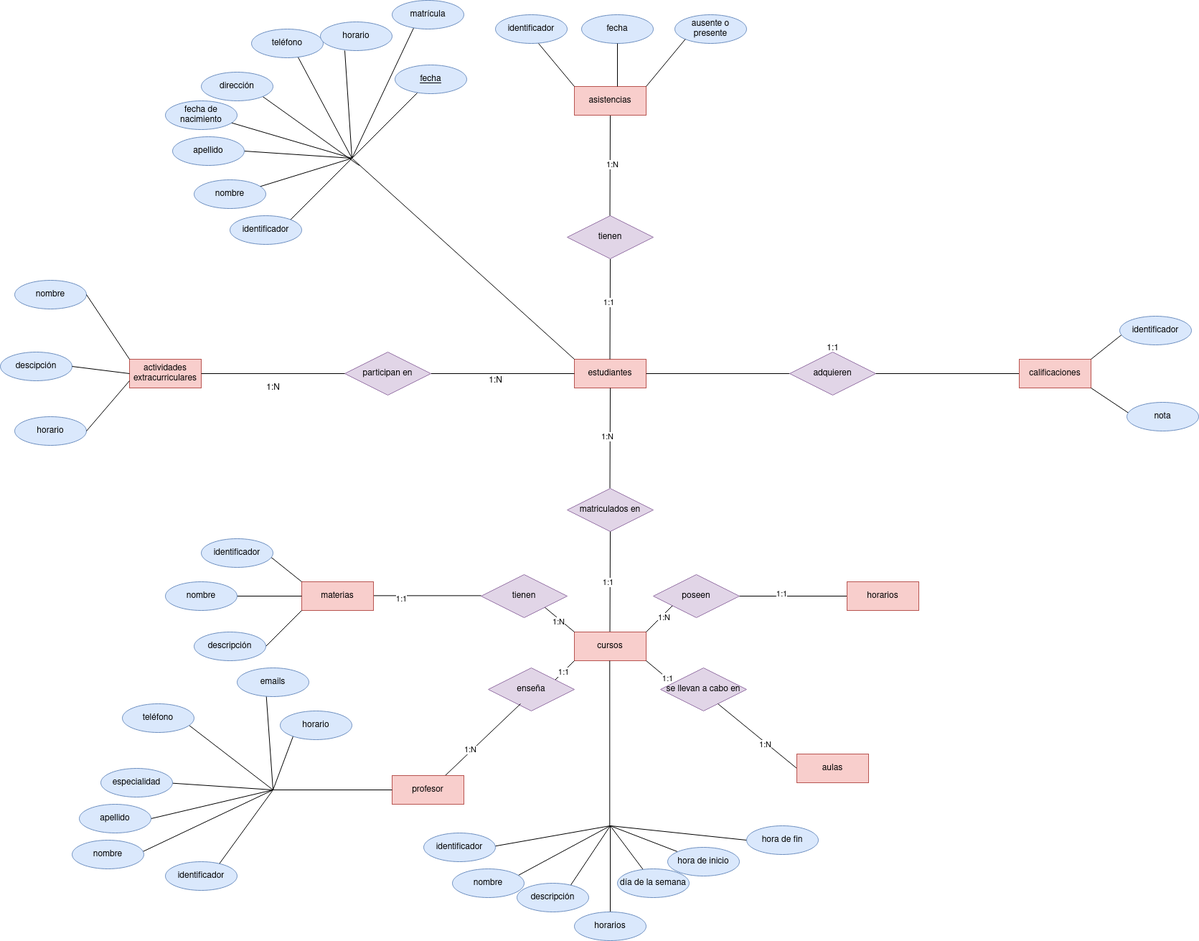
The draw.io diagram unidad-1/Tarea/Tarea 6/Diagrama 8 tarea.drawio.png in MaykelCM/base-datos, before a commit. Source tidied: cells renumbered, new cells last; positions are measured from the earlier drawing's top-left corner, leaving out a move shared by most shapes.
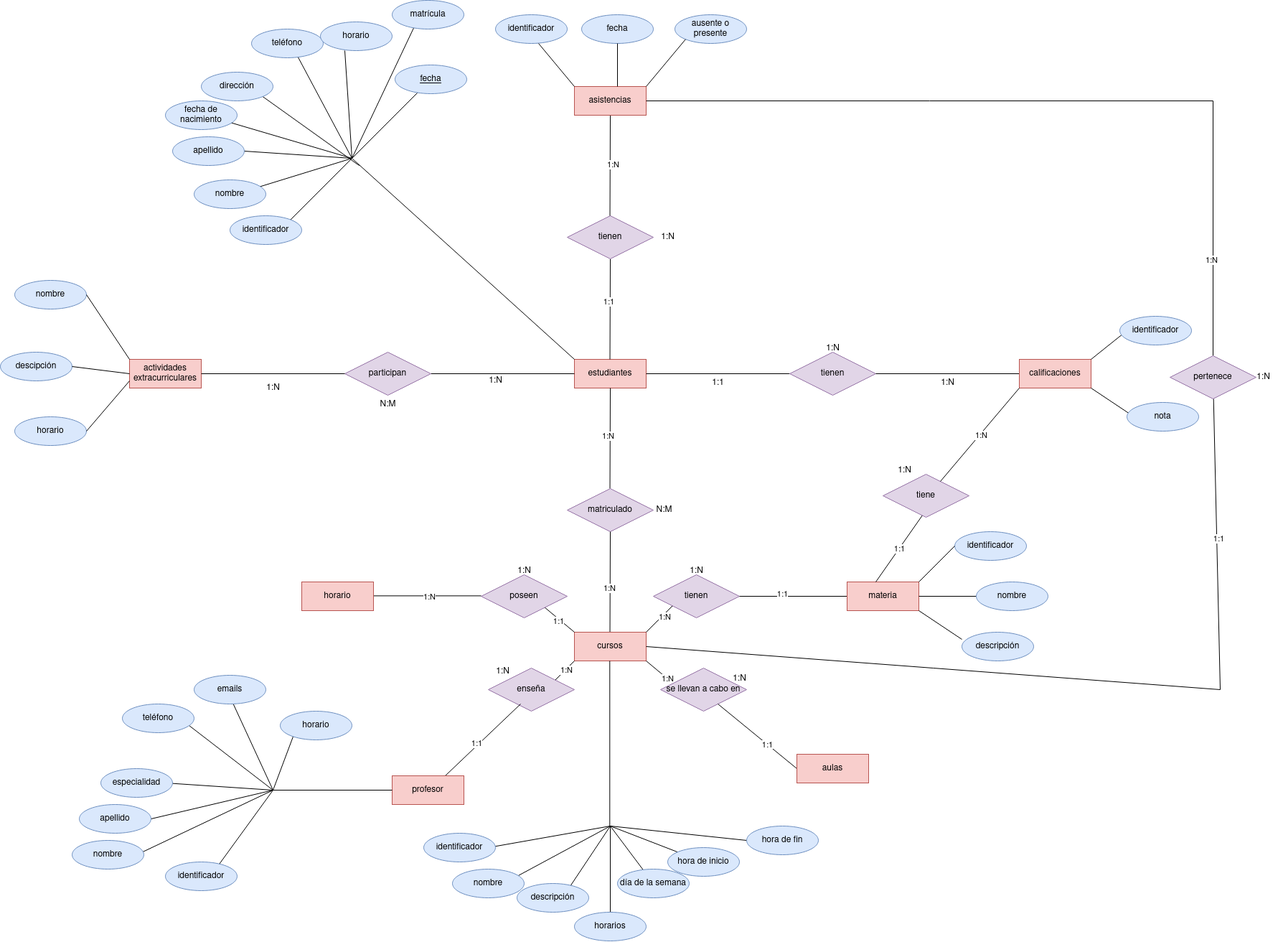
Above is the later version.

The edit, as a diff of the source:
```diff
@@ -26,7 +26,7 @@
     <mxCell id="9" style="line;strokeWidth=1;dashed=0;labelPosition=right;align=left;verticalAlign=middle;spacingTop=0;spacingLeft=6;" parent="1" vertex="1">
       <mxGeometry x="900" y="515" width="200" height="10" as="geometry" />
     </mxCell>
-    <mxCell id="10" value="adquieren" style="shape=rhombus;perimeter=rhombusPerimeter;whiteSpace=wrap;html=1;align=center;fillColor=#e1d5e7;strokeColor=#9673a6;" parent="1" vertex="1">
+    <mxCell id="10" value="tienen" style="shape=rhombus;perimeter=rhombusPerimeter;whiteSpace=wrap;html=1;align=center;fillColor=#e1d5e7;strokeColor=#9673a6;" parent="1" vertex="1">
       <mxGeometry x="1100" y="490" width="120" height="60" as="geometry" />
     </mxCell>
     <mxCell id="11" style="line;strokeWidth=1;dashed=0;labelPosition=right;align=left;verticalAlign=middle;spacingTop=0;spacingLeft=6;" parent="1" vertex="1">
@@ -74,7 +74,7 @@
         <mxPoint y="-1" as="offset" />
       </mxGeometry>
     </mxCell>
-    <mxCell id="21" value="matriculados en" style="shape=rhombus;perimeter=rhombusPerimeter;whiteSpace=wrap;html=1;align=center;fillColor=#e1d5e7;strokeColor=#9673a6;" parent="1" vertex="1">
+    <mxCell id="21" value="matriculado " style="shape=rhombus;perimeter=rhombusPerimeter;whiteSpace=wrap;html=1;align=center;fillColor=#e1d5e7;strokeColor=#9673a6;" parent="1" vertex="1">
       <mxGeometry x="790" y="680" width="120" height="60" as="geometry" />
     </mxCell>
     <mxCell id="22" style="endArrow=none;html=1;rounded=0;" parent="1" edge="1">
@@ -83,18 +83,16 @@
         <mxPoint x="850" y="740" as="targetPoint" />
       </mxGeometry>
     </mxCell>
-    <mxCell id="23" value="1:1" style="edgeLabel;html=1;align=center;verticalAlign=middle;" parent="22" vertex="1">
-      <mxGeometry x="-0.01" y="3" relative="1" as="geometry">
-        <mxPoint y="-1" as="offset" />
-      </mxGeometry>
-    </mxCell>
+    <mxCell id="120" value="1:N" style="edgeLabel;html=1;align=center;verticalAlign=middle;" parent="22" vertex="1">
+      <mxGeometry x="-0.11" y="2" relative="1" as="geometry" />
+    </mxCell>
     <mxCell id="24" value="cursos" style="whiteSpace=wrap;html=1;align=center;fillColor=#f8cecc;strokeColor=#b85450;" parent="1" vertex="1">
       <mxGeometry x="800" y="880" width="100" height="40" as="geometry" />
     </mxCell>
     <mxCell id="25" style="line;strokeWidth=1;dashed=0;labelPosition=right;align=left;verticalAlign=middle;spacingTop=0;spacingLeft=6;" parent="1" vertex="1">
       <mxGeometry x="600" y="515" width="200" height="10" as="geometry" />
     </mxCell>
-    <mxCell id="26" value="participan en " style="shape=rhombus;perimeter=rhombusPerimeter;whiteSpace=wrap;html=1;align=center;fillColor=#e1d5e7;strokeColor=#9673a6;" parent="1" vertex="1">
+    <mxCell id="26" value="participan " style="shape=rhombus;perimeter=rhombusPerimeter;whiteSpace=wrap;html=1;align=center;fillColor=#e1d5e7;strokeColor=#9673a6;" parent="1" vertex="1">
       <mxGeometry x="480" y="490" width="120" height="60" as="geometry" />
     </mxCell>
     <mxCell id="27" value="actividades extracurriculares" style="whiteSpace=wrap;html=1;align=center;fillColor=#f8cecc;strokeColor=#b85450;" parent="1" vertex="1">
@@ -120,10 +118,10 @@
         <mxPoint x="740" y="830" as="targetPoint" />
       </mxGeometry>
     </mxCell>
-    <mxCell id="32" value="1:N" style="edgeLabel;html=1;align=center;verticalAlign=middle;" parent="31" vertex="1">
+    <mxCell id="32" value="1:1" style="edgeLabel;html=1;align=center;verticalAlign=middle;" parent="31" vertex="1">
       <mxGeometry x="-0.3" y="3" relative="1" as="geometry" />
     </mxCell>
-    <mxCell id="33" value="1:1" style="endArrow=none;html=1;rounded=0;" parent="1" edge="1">
+    <mxCell id="33" value="1:N" style="endArrow=none;html=1;rounded=0;" parent="1" edge="1">
       <mxGeometry relative="1" as="geometry">
         <mxPoint x="960" y="970" as="sourcePoint" />
         <mxPoint x="900" y="920" as="targetPoint" />
@@ -135,15 +133,13 @@
         <mxPoint x="800" y="920" as="targetPoint" />
       </mxGeometry>
     </mxCell>
-    <mxCell id="35" value="1:1" style="edgeLabel;html=1;align=center;verticalAlign=middle;" parent="34" vertex="1">
-      <mxGeometry x="0.39" y="1" relative="1" as="geometry">
-        <mxPoint x="1" as="offset" />
-      </mxGeometry>
-    </mxCell>
+    <mxCell id="121" value="1:N" style="edgeLabel;html=1;align=center;verticalAlign=middle;" parent="34" vertex="1">
+      <mxGeometry x="0.54" relative="1" as="geometry" />
+    </mxCell>
-    <mxCell id="36" value="tienen" style="shape=rhombus;perimeter=rhombusPerimeter;whiteSpace=wrap;html=1;align=center;fillColor=#e1d5e7;strokeColor=#9673a6;" parent="1" vertex="1">
+    <mxCell id="36" value="poseen" style="shape=rhombus;perimeter=rhombusPerimeter;whiteSpace=wrap;html=1;align=center;fillColor=#e1d5e7;strokeColor=#9673a6;" parent="1" vertex="1">
       <mxGeometry x="670" y="800" width="120" height="60" as="geometry" />
     </mxCell>
-    <mxCell id="37" value="poseen" style="shape=rhombus;perimeter=rhombusPerimeter;whiteSpace=wrap;html=1;align=center;fillColor=#e1d5e7;strokeColor=#9673a6;" parent="1" vertex="1">
+    <mxCell id="37" value="tienen" style="shape=rhombus;perimeter=rhombusPerimeter;whiteSpace=wrap;html=1;align=center;fillColor=#e1d5e7;strokeColor=#9673a6;" parent="1" vertex="1">
       <mxGeometry x="910" y="800" width="120" height="60" as="geometry" />
     </mxCell>
     <mxCell id="38" value="enseña" style="shape=rhombus;perimeter=rhombusPerimeter;whiteSpace=wrap;html=1;align=center;fillColor=#e1d5e7;strokeColor=#9673a6;" parent="1" vertex="1">
@@ -158,9 +154,9 @@
         <mxPoint x="725" y="980" as="targetPoint" />
       </mxGeometry>
     </mxCell>
-    <mxCell id="41" value="1:N" style="edgeLabel;html=1;align=center;verticalAlign=middle;" parent="40" vertex="1">
-      <mxGeometry x="-0.31" y="3" relative="1" as="geometry" />
-    </mxCell>
+    <mxCell id="122" value="1:1" style="edgeLabel;html=1;align=center;verticalAlign=middle;" parent="40" vertex="1">
+      <mxGeometry x="-0.12" y="3" relative="1" as="geometry" />
+    </mxCell>
     <mxCell id="42" value="profesor" style="whiteSpace=wrap;html=1;align=center;fillColor=#f8cecc;strokeColor=#b85450;" parent="1" vertex="1">
       <mxGeometry x="546" y="1080" width="100" height="40" as="geometry" />
     </mxCell>
@@ -170,9 +166,9 @@
         <mxPoint x="1000" y="980" as="targetPoint" />
       </mxGeometry>
     </mxCell>
-    <mxCell id="44" value="1:N" style="edgeLabel;html=1;align=center;verticalAlign=middle;" parent="43" vertex="1">
-      <mxGeometry x="-0.22" y="2" relative="1" as="geometry" />
-    </mxCell>
+    <mxCell id="123" value="1:1" style="edgeLabel;html=1;align=center;verticalAlign=middle;" parent="43" vertex="1">
+      <mxGeometry x="-0.25" relative="1" as="geometry" />
+    </mxCell>
     <mxCell id="45" value="aulas" style="whiteSpace=wrap;html=1;align=center;fillColor=#f8cecc;strokeColor=#b85450;" parent="1" vertex="1">
       <mxGeometry x="1110" y="1050" width="100" height="40" as="geometry" />
     </mxCell>
@@ -191,13 +187,13 @@
         <mxPoint x="520" y="829.4" as="targetPoint" />
       </mxGeometry>
     </mxCell>
-    <mxCell id="49" value="1:1" style="edgeLabel;html=1;align=center;verticalAlign=middle;" parent="48" vertex="1">
-      <mxGeometry x="0.49" y="4" relative="1" as="geometry" />
-    </mxCell>
+    <mxCell id="124" value="1:N" style="edgeLabel;html=1;align=center;verticalAlign=middle;" parent="48" vertex="1">
+      <mxGeometry x="-0.04" y="1" relative="1" as="geometry" />
+    </mxCell>
-    <mxCell id="50" value="horarios" style="whiteSpace=wrap;html=1;align=center;fillColor=#f8cecc;strokeColor=#b85450;" parent="1" vertex="1">
+    <mxCell id="50" value="materia" style="whiteSpace=wrap;html=1;align=center;fillColor=#f8cecc;strokeColor=#b85450;" parent="1" vertex="1">
       <mxGeometry x="1180" y="810" width="100" height="40" as="geometry" />
     </mxCell>
-    <mxCell id="51" value="materias" style="whiteSpace=wrap;html=1;align=center;fillColor=#f8cecc;strokeColor=#b85450;" parent="1" vertex="1">
+    <mxCell id="51" value="horario" style="whiteSpace=wrap;html=1;align=center;fillColor=#f8cecc;strokeColor=#b85450;" parent="1" vertex="1">
       <mxGeometry x="420" y="810" width="100" height="40" as="geometry" />
     </mxCell>
     <mxCell id="52" style="endArrow=none;html=1;rounded=0;entryX=0;entryY=0;entryDx=0;entryDy=0;" parent="1" edge="1" target="27">
@@ -245,32 +241,17 @@
     <mxCell id="61" value="nota" style="ellipse;whiteSpace=wrap;html=1;align=center;fillColor=#dae8fc;strokeColor=#6c8ebf;" parent="1" vertex="1">
       <mxGeometry x="1570" y="560" width="100" height="40" as="geometry" />
     </mxCell>
-    <mxCell id="62" style="endArrow=none;html=1;rounded=0;" parent="1" edge="1">
-      <mxGeometry relative="1" as="geometry">
-        <mxPoint x="370" y="770" as="sourcePoint" />
-        <mxPoint x="420" y="810" as="targetPoint" />
-      </mxGeometry>
-    </mxCell>
-    <mxCell id="63" style="endArrow=none;html=1;rounded=0;" parent="1" edge="1">
-      <mxGeometry relative="1" as="geometry">
-        <mxPoint x="330" y="830" as="sourcePoint" />
-        <mxPoint x="420" y="830" as="targetPoint" />
-      </mxGeometry>
-    </mxCell>
-    <mxCell id="64" style="endArrow=none;html=1;rounded=0;" parent="1" edge="1">
-      <mxGeometry relative="1" as="geometry">
-        <mxPoint x="370" y="900" as="sourcePoint" />
-        <mxPoint x="420" y="850" as="targetPoint" />
-      </mxGeometry>
-    </mxCell>
     <mxCell id="65" value="identificador" style="ellipse;whiteSpace=wrap;html=1;align=center;fillColor=#dae8fc;strokeColor=#6c8ebf;" parent="1" vertex="1">
-      <mxGeometry x="280" y="750" width="100" height="40" as="geometry" />
+      <mxGeometry x="1330" y="740" width="100" height="40" as="geometry" />
     </mxCell>
+    <mxCell id="125" style="edgeStyle=orthogonalEdgeStyle;rounded=0;jettySize=auto;html=1;endArrow=none;endFill=0;" parent="1" edge="1" source="66" target="50">
+      <mxGeometry relative="1" as="geometry" />
+    </mxCell>
     <mxCell id="66" value="nombre" style="ellipse;whiteSpace=wrap;html=1;align=center;fillColor=#dae8fc;strokeColor=#6c8ebf;" parent="1" vertex="1">
-      <mxGeometry x="230" y="810" width="100" height="40" as="geometry" />
+      <mxGeometry x="1360" y="810" width="100" height="40" as="geometry" />
     </mxCell>
     <mxCell id="67" value="descripción" style="ellipse;whiteSpace=wrap;html=1;align=center;fillColor=#dae8fc;strokeColor=#6c8ebf;" parent="1" vertex="1">
-      <mxGeometry x="270" y="880" width="100" height="40" as="geometry" />
+      <mxGeometry x="1340" y="880" width="100" height="40" as="geometry" />
     </mxCell>
     <mxCell id="68" style="endArrow=none;html=1;rounded=0;" parent="1" edge="1">
       <mxGeometry relative="1" as="geometry">
@@ -470,7 +451,7 @@
     <mxCell id="109" style="endArrow=none;html=1;rounded=0;" parent="1" edge="1">
       <mxGeometry relative="1" as="geometry">
         <mxPoint x="380" y="1100" as="sourcePoint" />
-        <mxPoint x="370" y="960" as="targetPoint" />
+        <mxPoint x="320" y="970" as="targetPoint" />
       </mxGeometry>
     </mxCell>
     <mxCell id="110" value="identificador" style="ellipse;whiteSpace=wrap;html=1;align=center;fillColor=#dae8fc;strokeColor=#6c8ebf;" parent="1" vertex="1">
@@ -489,12 +470,12 @@
       <mxGeometry x="170" y="980" width="100" height="40" as="geometry" />
     </mxCell>
     <mxCell id="115" value="emails" style="ellipse;whiteSpace=wrap;html=1;align=center;fillColor=#dae8fc;strokeColor=#6c8ebf;" parent="1" vertex="1">
-      <mxGeometry x="330" y="930" width="100" height="40" as="geometry" />
+      <mxGeometry x="270" y="940" width="100" height="40" as="geometry" />
     </mxCell>
     <mxCell id="116" value="horario" style="ellipse;whiteSpace=wrap;html=1;align=center;fillColor=#dae8fc;strokeColor=#6c8ebf;" parent="1" vertex="1">
       <mxGeometry x="390" y="990" width="100" height="40" as="geometry" />
     </mxCell>
-    <mxCell id="117" value="1:1" style="text;html=1;align=center;verticalAlign=middle;strokeColor=none;fillColor=none;" parent="1" vertex="1">
+    <mxCell id="117" value="1:N" style="text;html=1;align=center;verticalAlign=middle;strokeColor=none;fillColor=none;" parent="1" vertex="1">
       <mxGeometry x="1140" y="470" width="40" height="30" as="geometry" />
     </mxCell>
     <mxCell id="118" value="1:N" style="text;html=1;align=center;verticalAlign=middle;strokeColor=none;fillColor=none;" parent="1" vertex="1">
@@ -503,5 +484,99 @@
     <mxCell id="119" value="1:N" style="text;html=1;align=center;verticalAlign=middle;strokeColor=none;fillColor=none;" parent="1" vertex="1">
       <mxGeometry x="360" y="525" width="40" height="30" as="geometry" />
     </mxCell>
+    <mxCell id="126" value="N:M" style="text;html=1;align=center;verticalAlign=middle;strokeColor=none;fillColor=none;" parent="1" vertex="1">
+      <mxGeometry x="900" y="695" width="50" height="30" as="geometry" />
+    </mxCell>
+    <mxCell id="127" value="N:M" style="text;html=1;align=center;verticalAlign=middle;strokeColor=none;fillColor=none;" parent="1" vertex="1">
+      <mxGeometry x="515" y="548" width="50" height="30" as="geometry" />
+    </mxCell>
+    <mxCell id="128" value="1:N" style="text;html=1;align=center;verticalAlign=middle;strokeColor=none;fillColor=none;" parent="1" vertex="1">
+      <mxGeometry x="950" y="780" width="40" height="30" as="geometry" />
+    </mxCell>
+    <mxCell id="129" value="1:1" style="text;html=1;align=center;verticalAlign=middle;strokeColor=none;fillColor=none;" parent="1" vertex="1">
+      <mxGeometry x="980" y="518" width="40" height="30" as="geometry" />
+    </mxCell>
+    <mxCell id="130" value="1:N" style="text;html=1;align=center;verticalAlign=middle;strokeColor=none;fillColor=none;" parent="1" vertex="1">
+      <mxGeometry x="1300" y="518" width="40" height="30" as="geometry" />
+    </mxCell>
+    <mxCell id="131" style="endArrow=none;html=1;rounded=0;" parent="1" edge="1">
+      <mxGeometry relative="1" as="geometry">
+        <mxPoint x="1280" y="810" as="sourcePoint" />
+        <mxPoint x="1330" y="760" as="targetPoint" />
+      </mxGeometry>
+    </mxCell>
+    <mxCell id="132" style="endArrow=none;html=1;rounded=0;exitX=0;exitY=0.25;exitDx=0;exitDy=0;exitPerimeter=0;" parent="1" edge="1" source="67">
+      <mxGeometry relative="1" as="geometry">
+        <mxPoint x="1280" y="850" as="targetPoint" />
+      </mxGeometry>
+    </mxCell>
+    <mxCell id="133" style="endArrow=none;html=1;rounded=0;" parent="1" edge="1">
+      <mxGeometry relative="1" as="geometry">
+        <mxPoint x="1220" y="810" as="sourcePoint" />
+        <mxPoint x="1290" y="710" as="targetPoint" />
+      </mxGeometry>
+    </mxCell>
+    <mxCell id="134" value="1:1" style="edgeLabel;html=1;align=center;verticalAlign=middle;" parent="133" vertex="1">
+      <mxGeometry x="-0.07" relative="1" as="geometry" />
+    </mxCell>
+    <mxCell id="135" value="tiene" style="shape=rhombus;perimeter=rhombusPerimeter;whiteSpace=wrap;html=1;align=center;fillColor=#e1d5e7;strokeColor=#9673a6;" parent="1" vertex="1">
+      <mxGeometry x="1230" y="660" width="120" height="60" as="geometry" />
+    </mxCell>
+    <mxCell id="136" style="endArrow=none;html=1;rounded=0;entryX=0;entryY=1;entryDx=0;entryDy=0;" parent="1" edge="1" target="12">
+      <mxGeometry relative="1" as="geometry">
+        <mxPoint x="1310" y="670" as="sourcePoint" />
+      </mxGeometry>
+    </mxCell>
+    <mxCell id="137" value="1:N" style="edgeLabel;html=1;align=center;verticalAlign=middle;" parent="136" vertex="1">
+      <mxGeometry x="0.01" y="-1" relative="1" as="geometry" />
+    </mxCell>
+    <mxCell id="138" value="1:N" style="text;html=1;align=center;verticalAlign=middle;strokeColor=none;fillColor=none;" parent="1" vertex="1">
+      <mxGeometry x="1240" y="640" width="40" height="30" as="geometry" />
+    </mxCell>
+    <mxCell id="139" value="1:N" style="text;html=1;align=center;verticalAlign=middle;strokeColor=none;fillColor=none;" parent="1" vertex="1">
+      <mxGeometry x="910" y="315" width="40" height="30" as="geometry" />
+    </mxCell>
+    <mxCell id="140" value="1:N" style="text;html=1;align=center;verticalAlign=middle;strokeColor=none;fillColor=none;" parent="1" vertex="1">
+      <mxGeometry x="680" y="920" width="40" height="30" as="geometry" />
+    </mxCell>
+    <mxCell id="141" value="1:N" style="text;html=1;align=center;verticalAlign=middle;strokeColor=none;fillColor=none;" parent="1" vertex="1">
+      <mxGeometry x="1010" y="930" width="40" height="30" as="geometry" />
+    </mxCell>
+    <mxCell id="142" style="endArrow=none;html=1;rounded=0;" parent="1" edge="1">
+      <mxGeometry relative="1" as="geometry">
+        <mxPoint x="900" y="140" as="sourcePoint" />
+        <mxPoint x="1690" y="140" as="targetPoint" />
+      </mxGeometry>
+    </mxCell>
+    <mxCell id="143" style="endArrow=none;html=1;rounded=0;" parent="1" edge="1" source="148">
+      <mxGeometry relative="1" as="geometry">
+        <mxPoint x="1690" y="140" as="targetPoint" />
+      </mxGeometry>
+    </mxCell>
+    <mxCell id="144" value="1:N" style="edgeLabel;html=1;align=center;verticalAlign=middle;" parent="143" vertex="1">
+      <mxGeometry x="-0.25" y="3" relative="1" as="geometry" />
+    </mxCell>
+    <mxCell id="145" style="endArrow=none;html=1;rounded=0;exitX=1;exitY=0.5;exitDx=0;exitDy=0;" parent="1" edge="1" source="24">
+      <mxGeometry relative="1" as="geometry">
+        <mxPoint x="1700" y="960" as="targetPoint" />
+      </mxGeometry>
+    </mxCell>
+    <mxCell id="146" style="endArrow=none;html=1;rounded=0;" parent="1" edge="1" target="148">
+      <mxGeometry relative="1" as="geometry">
+        <mxPoint x="1700" y="960" as="sourcePoint" />
+      </mxGeometry>
+    </mxCell>
+    <mxCell id="147" value="1:1" style="edgeLabel;html=1;align=center;verticalAlign=middle;" parent="146" vertex="1">
+      <mxGeometry x="0.04" y="-2" relative="1" as="geometry" />
+    </mxCell>
+    <mxCell id="148" value="pertenece" style="shape=rhombus;perimeter=rhombusPerimeter;whiteSpace=wrap;html=1;align=center;fillColor=#e1d5e7;strokeColor=#9673a6;" parent="1" vertex="1">
+      <mxGeometry x="1630" y="495" width="120" height="60" as="geometry" />
+    </mxCell>
+    <mxCell id="149" value="1:N" style="text;html=1;align=center;verticalAlign=middle;strokeColor=none;fillColor=none;" parent="1" vertex="1">
+      <mxGeometry x="1740" y="510" width="40" height="30" as="geometry" />
+    </mxCell>
+    <mxCell id="150" value="1:N" style="text;html=1;align=center;verticalAlign=middle;strokeColor=none;fillColor=none;" parent="1" vertex="1">
+      <mxGeometry x="710" y="780" width="40" height="30" as="geometry" />
+    </mxCell>
   </root>
 </mxGraphModel>
```
